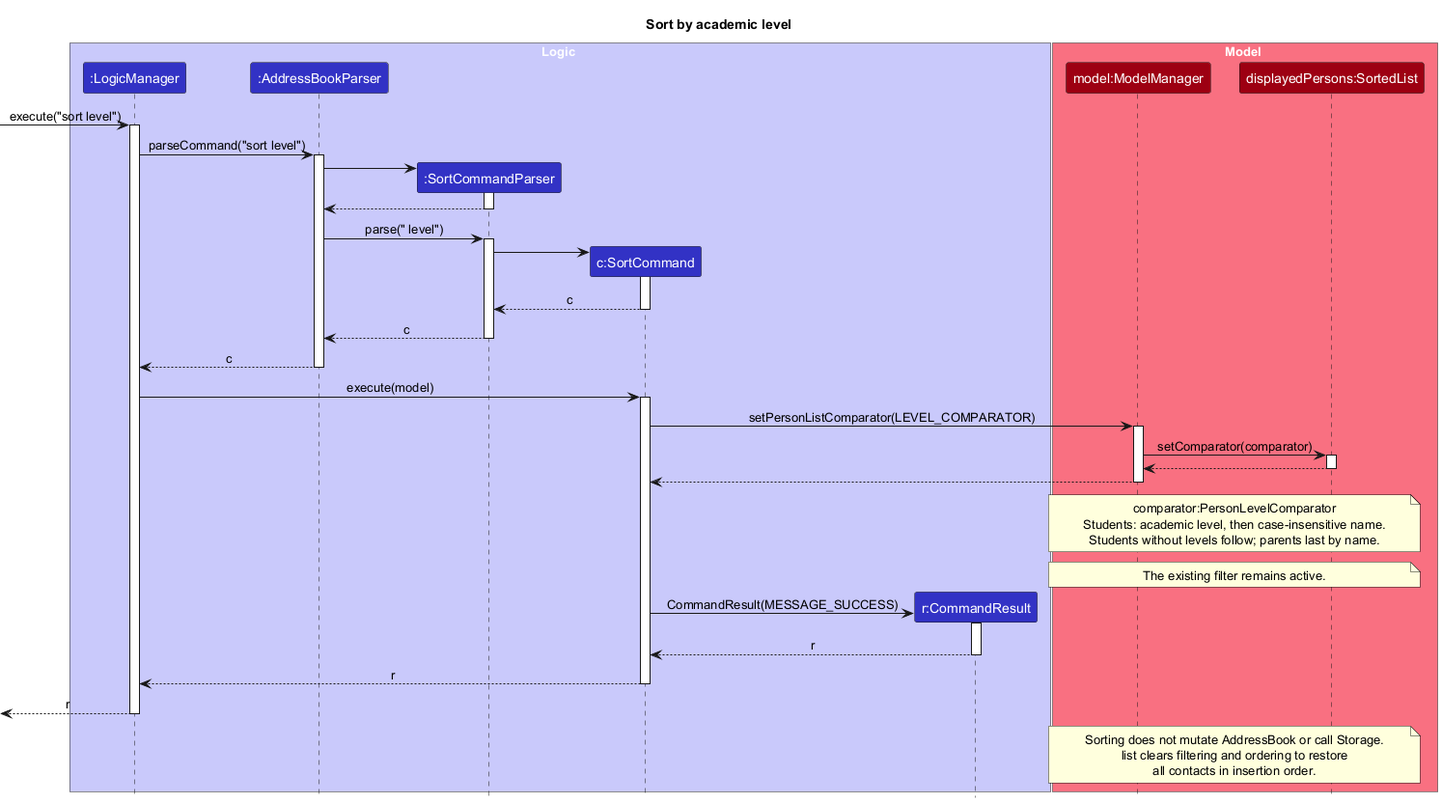
Before: docs/images/SortByLevelSequenceDiagram.png, a diagram exported from PlantUML (AY2627S1-CS2103T-T17-1/tp).
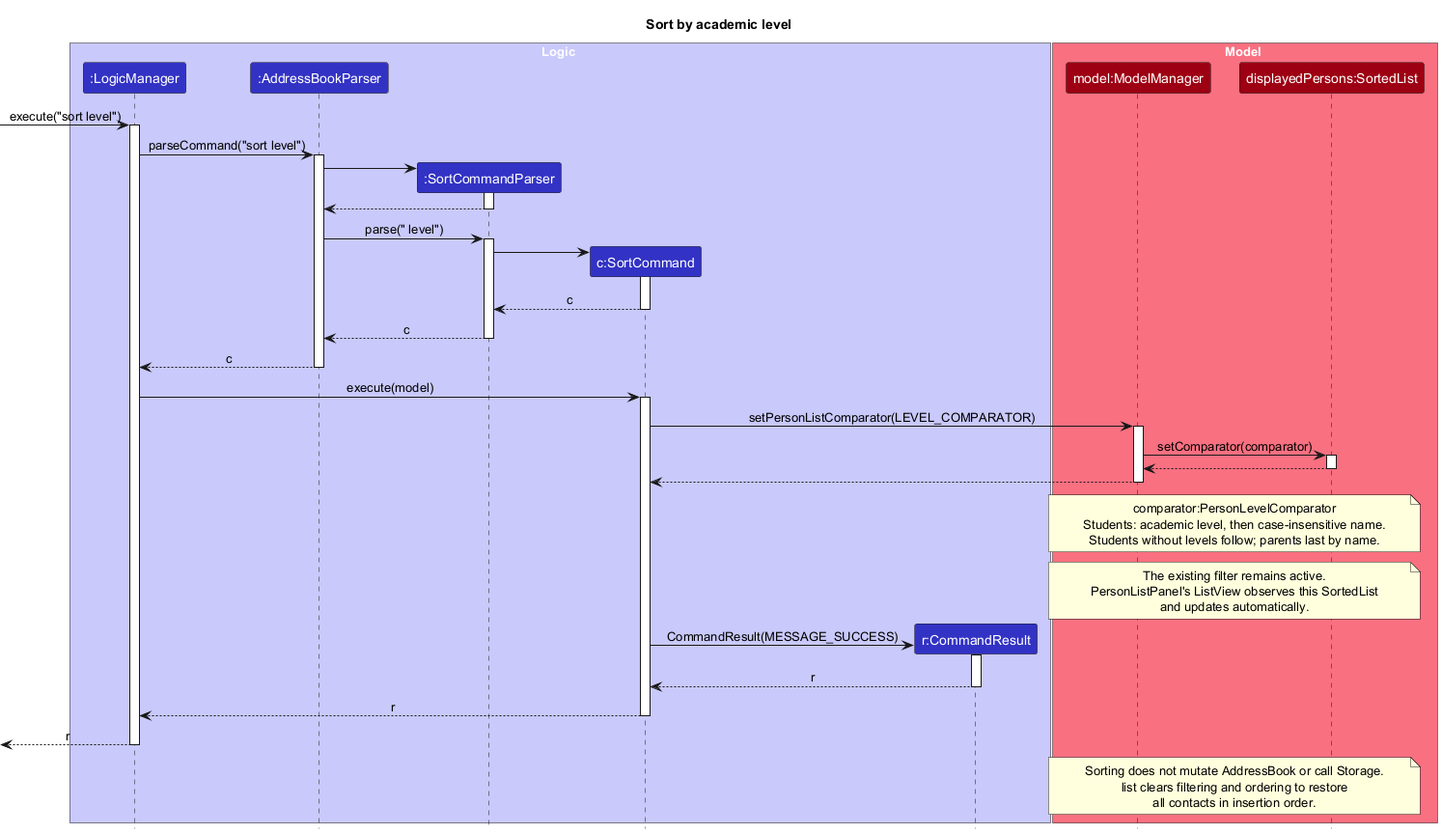
Later version of the same file.

Change to the diagram source:
```diff
@@ -64,6 +64,8 @@
 
 note over ModelManager, SortedList
 The existing filter remains active.
+PersonListPanel's ListView observes this SortedList
+and updates automatically.
 end note
 
 create CommandResult
```
